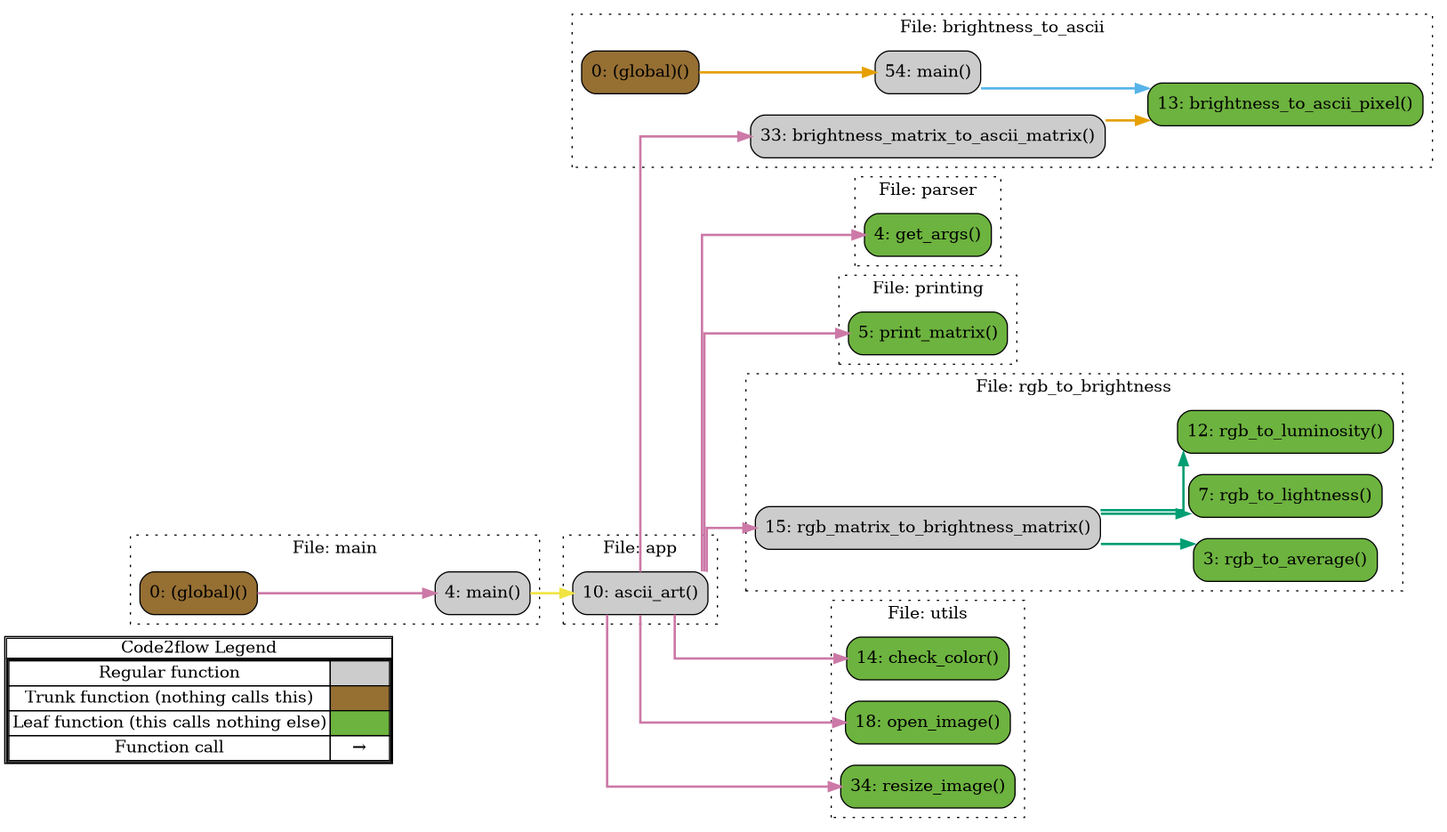
Earlier version of the Graphviz export out.png (Rares-AndreiVasiu/AsciiArt). Its source is kept beside it as out.gv. The source it was exported from:
```dot
digraph G {
concentrate=true;
splines="ortho";
rankdir="LR";
subgraph legend{
    rank = min;
    label = "legend";
    Legend [shape=none, margin=0, label = <
        <table cellspacing="0" cellpadding="0" border="1"><tr><td>Code2flow Legend</td></tr><tr><td>
        <table cellspacing="0">
        <tr><td>Regular function</td><td width="50px" bgcolor='#cccccc'></td></tr>
        <tr><td>Trunk function (nothing calls this)</td><td bgcolor='#966F33'></td></tr>
        <tr><td>Leaf function (this calls nothing else)</td><td bgcolor='#6db33f'></td></tr>
        <tr><td>Function call</td><td><font color='black'>&#8594;</font></td></tr>
        </table></td></tr></table>
        >];
}node_c3e69d97 [label="10: ascii_art()" name="app::ascii_art" shape="rect" style="rounded,filled" fillcolor="#cccccc" ];
node_22a0eac9 [label="0: (global)()" name="brightness_to_ascii::(global)" shape="rect" style="rounded,filled" fillcolor="#966F33" ];
node_e3e83c71 [label="33: brightness_matrix_to_ascii_matrix()" name="brightness_to_ascii::brightness_matrix_to_ascii_matrix" shape="rect" style="rounded,filled" fillcolor="#cccccc" ];
node_41915c76 [label="13: brightness_to_ascii_pixel()" name="brightness_to_ascii::brightness_to_ascii_pixel" shape="rect" style="rounded,filled" fillcolor="#6db33f" ];
node_aaaeb9e2 [label="54: main()" name="brightness_to_ascii::main" shape="rect" style="rounded,filled" fillcolor="#cccccc" ];
node_7dc45ae7 [label="0: (global)()" name="main::(global)" shape="rect" style="rounded,filled" fillcolor="#966F33" ];
node_a4fdf97c [label="4: main()" name="main::main" shape="rect" style="rounded,filled" fillcolor="#cccccc" ];
node_b0a6aebb [label="4: get_args()" name="parser::get_args" shape="rect" style="rounded,filled" fillcolor="#6db33f" ];
node_f2e6fea5 [label="5: print_matrix()" name="printing::print_matrix" shape="rect" style="rounded,filled" fillcolor="#6db33f" ];
node_39d55863 [label="15: rgb_matrix_to_brightness_matrix()" name="rgb_to_brightness::rgb_matrix_to_brightness_matrix" shape="rect" style="rounded,filled" fillcolor="#cccccc" ];
node_f273dc8f [label="3: rgb_to_average()" name="rgb_to_brightness::rgb_to_average" shape="rect" style="rounded,filled" fillcolor="#6db33f" ];
node_6b847f45 [label="7: rgb_to_lightness()" name="rgb_to_brightness::rgb_to_lightness" shape="rect" style="rounded,filled" fillcolor="#6db33f" ];
node_b6a30fe2 [label="12: rgb_to_luminosity()" name="rgb_to_brightness::rgb_to_luminosity" shape="rect" style="rounded,filled" fillcolor="#6db33f" ];
node_970136aa [label="14: check_color()" name="utils::check_color" shape="rect" style="rounded,filled" fillcolor="#6db33f" ];
node_bd9aca79 [label="18: open_image()" name="utils::open_image" shape="rect" style="rounded,filled" fillcolor="#6db33f" ];
node_600af175 [label="34: resize_image()" name="utils::resize_image" shape="rect" style="rounded,filled" fillcolor="#6db33f" ];
node_c3e69d97 -> node_e3e83c71 [color="#CC79A7" penwidth="2"];
node_c3e69d97 -> node_b0a6aebb [color="#CC79A7" penwidth="2"];
node_c3e69d97 -> node_f2e6fea5 [color="#CC79A7" penwidth="2"];
node_c3e69d97 -> node_39d55863 [color="#CC79A7" penwidth="2"];
node_c3e69d97 -> node_970136aa [color="#CC79A7" penwidth="2"];
node_c3e69d97 -> node_970136aa [color="#CC79A7" penwidth="2"];
node_c3e69d97 -> node_bd9aca79 [color="#CC79A7" penwidth="2"];
node_c3e69d97 -> node_600af175 [color="#CC79A7" penwidth="2"];
node_22a0eac9 -> node_aaaeb9e2 [color="#E69F00" penwidth="2"];
node_e3e83c71 -> node_41915c76 [color="#E69F00" penwidth="2"];
node_aaaeb9e2 -> node_41915c76 [color="#56B4E9" penwidth="2"];
node_aaaeb9e2 -> node_41915c76 [color="#56B4E9" penwidth="2"];
node_aaaeb9e2 -> node_41915c76 [color="#56B4E9" penwidth="2"];
node_7dc45ae7 -> node_a4fdf97c [color="#CC79A7" penwidth="2"];
node_a4fdf97c -> node_c3e69d97 [color="#F0E442" penwidth="2"];
node_39d55863 -> node_f273dc8f [color="#009E73" penwidth="2"];
node_39d55863 -> node_6b847f45 [color="#009E73" penwidth="2"];
node_39d55863 -> node_b6a30fe2 [color="#009E73" penwidth="2"];
subgraph cluster_703ccbb9 {
    node_c3e69d97;
    label="File: app";
    name="app";
    style="filled";
    graph[style=dotted];
};
subgraph cluster_3dd301a6 {
    node_41915c76 node_e3e83c71 node_aaaeb9e2 node_22a0eac9;
    label="File: brightness_to_ascii";
    name="brightness_to_ascii";
    style="filled";
    graph[style=dotted];
};
subgraph cluster_ff85cb15 {
    node_a4fdf97c node_7dc45ae7;
    label="File: main";
    name="main";
    style="filled";
    graph[style=dotted];
};
subgraph cluster_704b8edd {
    node_b0a6aebb;
    label="File: parser";
    name="parser";
    style="filled";
    graph[style=dotted];
};
subgraph cluster_9daedb26 {
    node_f2e6fea5;
    label="File: printing";
    name="printing";
    style="filled";
    graph[style=dotted];
};
subgraph cluster_1db41294 {
    node_f273dc8f node_6b847f45 node_b6a30fe2 node_39d55863;
    label="File: rgb_to_brightness";
    name="rgb_to_brightness";
    style="filled";
    graph[style=dotted];
};
subgraph cluster_507b3e46 {
    node_970136aa node_bd9aca79 node_600af175;
    label="File: utils";
    name="utils";
    style="filled";
    graph[style=dotted];
};
}
```
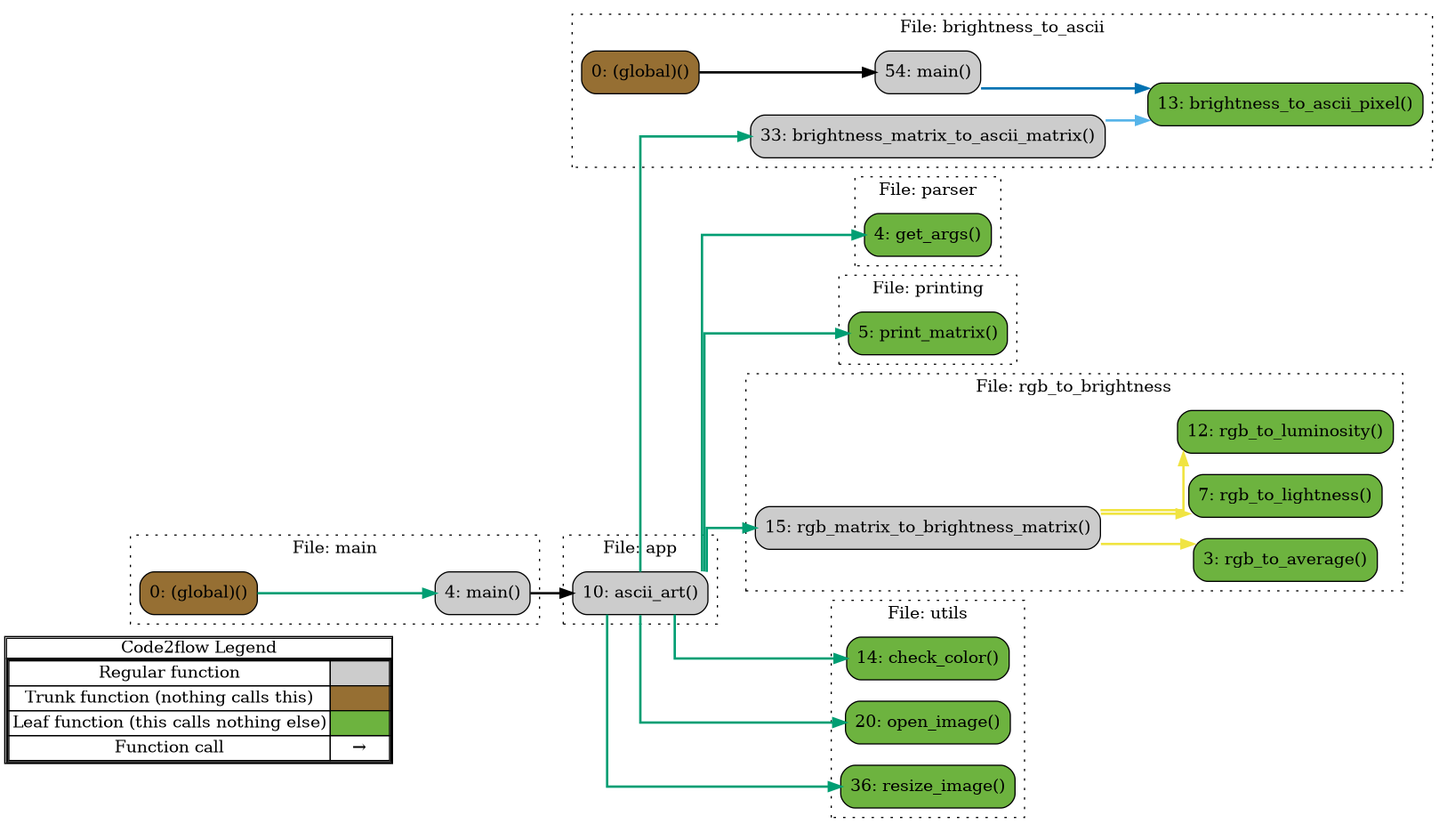
Above is the later version.

Change to the diagram source:
```diff
@@ -14,84 +14,84 @@
         <tr><td>Function call</td><td><font color='black'>&#8594;</font></td></tr>
         </table></td></tr></table>
         >];
-}node_c3e69d97 [label="10: ascii_art()" name="app::ascii_art" shape="rect" style="rounded,filled" fillcolor="#cccccc" ];
-node_22a0eac9 [label="0: (global)()" name="brightness_to_ascii::(global)" shape="rect" style="rounded,filled" fillcolor="#966F33" ];
-node_e3e83c71 [label="33: brightness_matrix_to_ascii_matrix()" name="brightness_to_ascii::brightness_matrix_to_ascii_matrix" shape="rect" style="rounded,filled" fillcolor="#cccccc" ];
-node_41915c76 [label="13: brightness_to_ascii_pixel()" name="brightness_to_ascii::brightness_to_ascii_pixel" shape="rect" style="rounded,filled" fillcolor="#6db33f" ];
-node_aaaeb9e2 [label="54: main()" name="brightness_to_ascii::main" shape="rect" style="rounded,filled" fillcolor="#cccccc" ];
-node_7dc45ae7 [label="0: (global)()" name="main::(global)" shape="rect" style="rounded,filled" fillcolor="#966F33" ];
-node_a4fdf97c [label="4: main()" name="main::main" shape="rect" style="rounded,filled" fillcolor="#cccccc" ];
-node_b0a6aebb [label="4: get_args()" name="parser::get_args" shape="rect" style="rounded,filled" fillcolor="#6db33f" ];
-node_f2e6fea5 [label="5: print_matrix()" name="printing::print_matrix" shape="rect" style="rounded,filled" fillcolor="#6db33f" ];
-node_39d55863 [label="15: rgb_matrix_to_brightness_matrix()" name="rgb_to_brightness::rgb_matrix_to_brightness_matrix" shape="rect" style="rounded,filled" fillcolor="#cccccc" ];
-node_f273dc8f [label="3: rgb_to_average()" name="rgb_to_brightness::rgb_to_average" shape="rect" style="rounded,filled" fillcolor="#6db33f" ];
-node_6b847f45 [label="7: rgb_to_lightness()" name="rgb_to_brightness::rgb_to_lightness" shape="rect" style="rounded,filled" fillcolor="#6db33f" ];
-node_b6a30fe2 [label="12: rgb_to_luminosity()" name="rgb_to_brightness::rgb_to_luminosity" shape="rect" style="rounded,filled" fillcolor="#6db33f" ];
-node_970136aa [label="14: check_color()" name="utils::check_color" shape="rect" style="rounded,filled" fillcolor="#6db33f" ];
-node_bd9aca79 [label="18: open_image()" name="utils::open_image" shape="rect" style="rounded,filled" fillcolor="#6db33f" ];
-node_600af175 [label="34: resize_image()" name="utils::resize_image" shape="rect" style="rounded,filled" fillcolor="#6db33f" ];
-node_c3e69d97 -> node_e3e83c71 [color="#CC79A7" penwidth="2"];
-node_c3e69d97 -> node_b0a6aebb [color="#CC79A7" penwidth="2"];
-node_c3e69d97 -> node_f2e6fea5 [color="#CC79A7" penwidth="2"];
-node_c3e69d97 -> node_39d55863 [color="#CC79A7" penwidth="2"];
-node_c3e69d97 -> node_970136aa [color="#CC79A7" penwidth="2"];
-node_c3e69d97 -> node_970136aa [color="#CC79A7" penwidth="2"];
-node_c3e69d97 -> node_bd9aca79 [color="#CC79A7" penwidth="2"];
-node_c3e69d97 -> node_600af175 [color="#CC79A7" penwidth="2"];
-node_22a0eac9 -> node_aaaeb9e2 [color="#E69F00" penwidth="2"];
-node_e3e83c71 -> node_41915c76 [color="#E69F00" penwidth="2"];
-node_aaaeb9e2 -> node_41915c76 [color="#56B4E9" penwidth="2"];
-node_aaaeb9e2 -> node_41915c76 [color="#56B4E9" penwidth="2"];
-node_aaaeb9e2 -> node_41915c76 [color="#56B4E9" penwidth="2"];
-node_7dc45ae7 -> node_a4fdf97c [color="#CC79A7" penwidth="2"];
-node_a4fdf97c -> node_c3e69d97 [color="#F0E442" penwidth="2"];
-node_39d55863 -> node_f273dc8f [color="#009E73" penwidth="2"];
-node_39d55863 -> node_6b847f45 [color="#009E73" penwidth="2"];
-node_39d55863 -> node_b6a30fe2 [color="#009E73" penwidth="2"];
-subgraph cluster_703ccbb9 {
-    node_c3e69d97;
+}node_792f238b [label="10: ascii_art()" name="app::ascii_art" shape="rect" style="rounded,filled" fillcolor="#cccccc" ];
+node_0dd151e8 [label="0: (global)()" name="brightness_to_ascii::(global)" shape="rect" style="rounded,filled" fillcolor="#966F33" ];
+node_a67d4db2 [label="33: brightness_matrix_to_ascii_matrix()" name="brightness_to_ascii::brightness_matrix_to_ascii_matrix" shape="rect" style="rounded,filled" fillcolor="#cccccc" ];
+node_4bb02daa [label="13: brightness_to_ascii_pixel()" name="brightness_to_ascii::brightness_to_ascii_pixel" shape="rect" style="rounded,filled" fillcolor="#6db33f" ];
+node_1cc9e215 [label="54: main()" name="brightness_to_ascii::main" shape="rect" style="rounded,filled" fillcolor="#cccccc" ];
+node_3f30bff3 [label="0: (global)()" name="main::(global)" shape="rect" style="rounded,filled" fillcolor="#966F33" ];
+node_0616bd18 [label="4: main()" name="main::main" shape="rect" style="rounded,filled" fillcolor="#cccccc" ];
+node_8b9f5952 [label="4: get_args()" name="parser::get_args" shape="rect" style="rounded,filled" fillcolor="#6db33f" ];
+node_c0680bfe [label="5: print_matrix()" name="printing::print_matrix" shape="rect" style="rounded,filled" fillcolor="#6db33f" ];
+node_e5c0637c [label="15: rgb_matrix_to_brightness_matrix()" name="rgb_to_brightness::rgb_matrix_to_brightness_matrix" shape="rect" style="rounded,filled" fillcolor="#cccccc" ];
+node_01f7fb61 [label="3: rgb_to_average()" name="rgb_to_brightness::rgb_to_average" shape="rect" style="rounded,filled" fillcolor="#6db33f" ];
+node_ca7b6cfa [label="7: rgb_to_lightness()" name="rgb_to_brightness::rgb_to_lightness" shape="rect" style="rounded,filled" fillcolor="#6db33f" ];
+node_c93b308e [label="12: rgb_to_luminosity()" name="rgb_to_brightness::rgb_to_luminosity" shape="rect" style="rounded,filled" fillcolor="#6db33f" ];
+node_bd482e4e [label="14: check_color()" name="utils::check_color" shape="rect" style="rounded,filled" fillcolor="#6db33f" ];
+node_1645a4f2 [label="20: open_image()" name="utils::open_image" shape="rect" style="rounded,filled" fillcolor="#6db33f" ];
+node_93edf260 [label="36: resize_image()" name="utils::resize_image" shape="rect" style="rounded,filled" fillcolor="#6db33f" ];
+node_792f238b -> node_a67d4db2 [color="#009E73" penwidth="2"];
+node_792f238b -> node_8b9f5952 [color="#009E73" penwidth="2"];
+node_792f238b -> node_c0680bfe [color="#009E73" penwidth="2"];
+node_792f238b -> node_e5c0637c [color="#009E73" penwidth="2"];
+node_792f238b -> node_bd482e4e [color="#009E73" penwidth="2"];
+node_792f238b -> node_bd482e4e [color="#009E73" penwidth="2"];
+node_792f238b -> node_1645a4f2 [color="#009E73" penwidth="2"];
+node_792f238b -> node_93edf260 [color="#009E73" penwidth="2"];
+node_0dd151e8 -> node_1cc9e215 [color="#000000" penwidth="2"];
+node_a67d4db2 -> node_4bb02daa [color="#56B4E9" penwidth="2"];
+node_1cc9e215 -> node_4bb02daa [color="#0072B2" penwidth="2"];
+node_1cc9e215 -> node_4bb02daa [color="#0072B2" penwidth="2"];
+node_1cc9e215 -> node_4bb02daa [color="#0072B2" penwidth="2"];
+node_3f30bff3 -> node_0616bd18 [color="#009E73" penwidth="2"];
+node_0616bd18 -> node_792f238b [color="#000000" penwidth="2"];
+node_e5c0637c -> node_01f7fb61 [color="#F0E442" penwidth="2"];
+node_e5c0637c -> node_ca7b6cfa [color="#F0E442" penwidth="2"];
+node_e5c0637c -> node_c93b308e [color="#F0E442" penwidth="2"];
+subgraph cluster_091ba46f {
+    node_792f238b;
     label="File: app";
     name="app";
     style="filled";
     graph[style=dotted];
 };
-subgraph cluster_3dd301a6 {
-    node_41915c76 node_e3e83c71 node_aaaeb9e2 node_22a0eac9;
+subgraph cluster_dfbf33d0 {
+    node_4bb02daa node_a67d4db2 node_1cc9e215 node_0dd151e8;
     label="File: brightness_to_ascii";
     name="brightness_to_ascii";
     style="filled";
     graph[style=dotted];
 };
-subgraph cluster_ff85cb15 {
-    node_a4fdf97c node_7dc45ae7;
+subgraph cluster_3039ddc5 {
+    node_0616bd18 node_3f30bff3;
     label="File: main";
     name="main";
     style="filled";
     graph[style=dotted];
 };
-subgraph cluster_704b8edd {
-    node_b0a6aebb;
+subgraph cluster_a3c51c57 {
+    node_8b9f5952;
     label="File: parser";
     name="parser";
     style="filled";
     graph[style=dotted];
 };
-subgraph cluster_9daedb26 {
-    node_f2e6fea5;
+subgraph cluster_605a7008 {
+    node_c0680bfe;
     label="File: printing";
     name="printing";
     style="filled";
     graph[style=dotted];
 };
-subgraph cluster_1db41294 {
-    node_f273dc8f node_6b847f45 node_b6a30fe2 node_39d55863;
+subgraph cluster_61766059 {
+    node_01f7fb61 node_ca7b6cfa node_c93b308e node_e5c0637c;
     label="File: rgb_to_brightness";
     name="rgb_to_brightness";
     style="filled";
     graph[style=dotted];
 };
-subgraph cluster_507b3e46 {
-    node_970136aa node_bd9aca79 node_600af175;
+subgraph cluster_d62545a4 {
+    node_bd482e4e node_1645a4f2 node_93edf260;
     label="File: utils";
     name="utils";
     style="filled";
```
